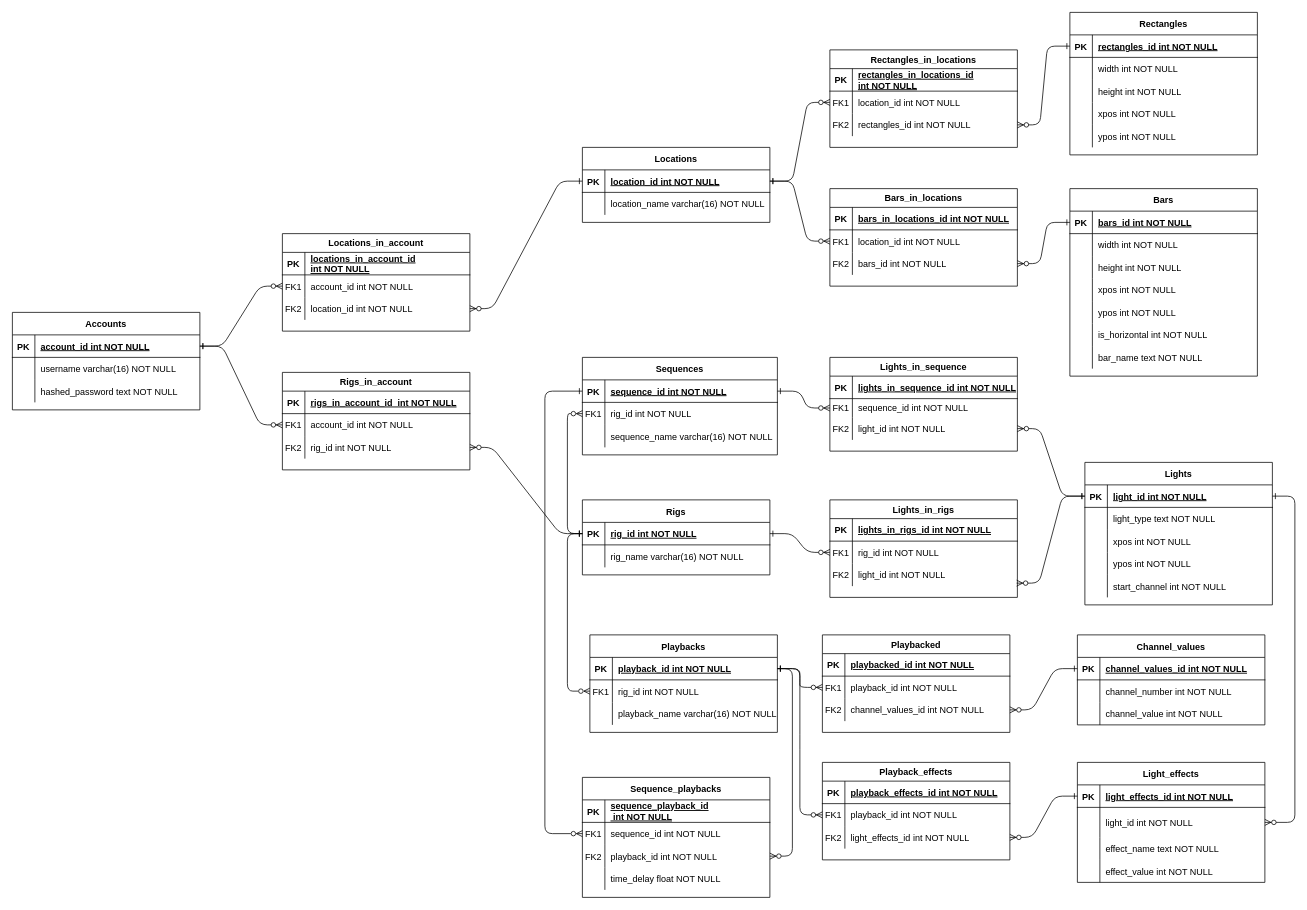
Earlier version of the draw.io diagram pidmx2/windows/Untitled Diagram.drawio (68Duck/pidmx2). Source tidied: cells renumbered, new cells numbered last; positions are measured from the earlier drawing's top-left corner, leaving out a move shared by most shapes. Both pictures are drawn from the tidied source at 75%, with x=0, y=0 at pixel (12, 12).
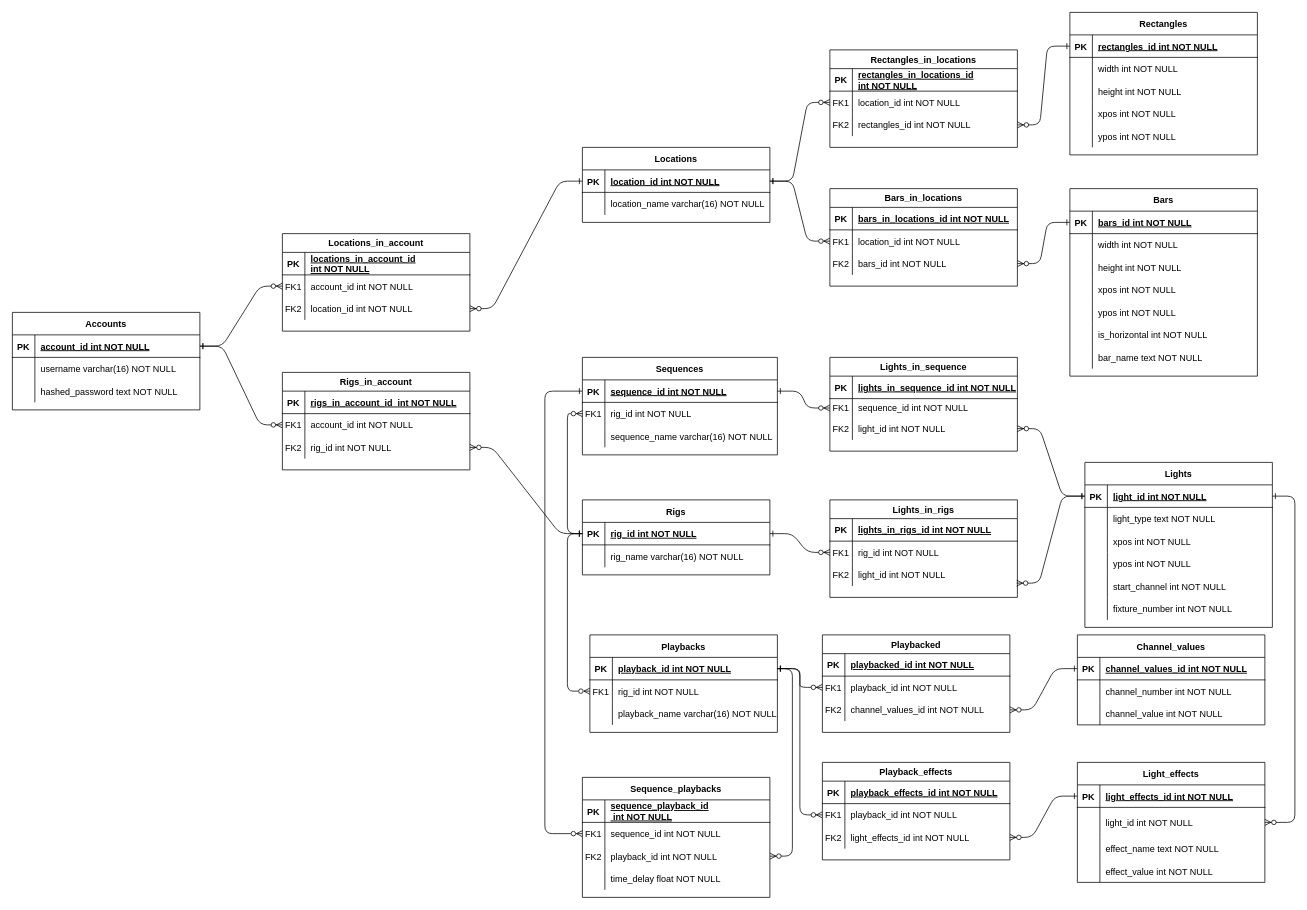
Above is the later version.

The edit, as a diff of the source:
```diff
@@
     <mxCell id="13" value="Lights" style="shape=table;startSize=30;childLayout=tableLayout;rowLines=0;fontStyle=1;align=center;" parent="1" vertex="1">
-      <mxGeometry x="1430" y="600" width="250" height="190" as="geometry" />
+      <mxGeometry x="1430" y="600" width="250" height="220" as="geometry" />
     </mxCell>
@@
+    <mxCell id="238" style="shape=partialRectangle;fillColor=none;top=0;left=0;right=0;bottom=0;" parent="13" vertex="1">
+      <mxGeometry y="180" width="250" height="30" as="geometry" />
+    </mxCell>
+    <mxCell id="239" style="shape=partialRectangle;overflow=hidden;fillColor=none;top=0;left=0;bottom=0;right=0;" parent="238" vertex="1">
+      <mxGeometry width="30" height="30" as="geometry" />
+    </mxCell>
+    <mxCell id="240" value="fixture_number int NOT NULL" style="shape=partialRectangle;overflow=hidden;fillColor=none;top=0;left=0;bottom=0;right=0;align=left;spacingLeft=6;" parent="238" vertex="1">
+      <mxGeometry x="30" width="220" height="30" as="geometry" />
+    </mxCell>
```
